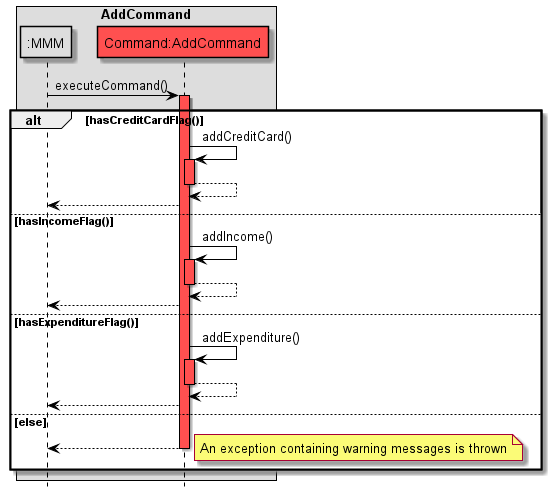
Before: docs/images/AddCommandSequenceDiagram.png, a diagram exported from PlantUML (nus-cs2113-AY2122S2/tp).
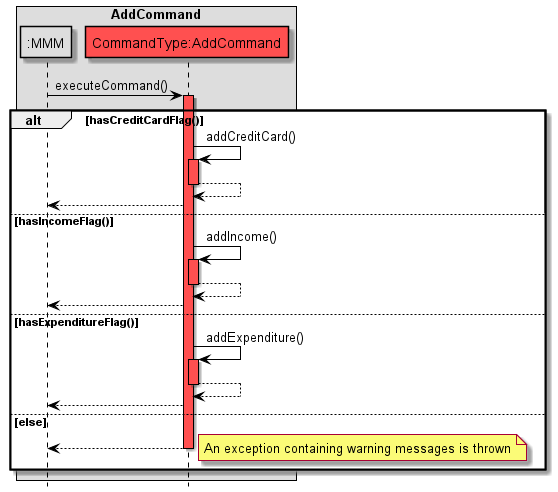
The same diagram one commit later.

Diff of the diagram source:
```diff
@@ -10,9 +10,16 @@
 
 box AddCommand
 participant ":MMM" as MMM MMM_COLOUR
-participant "Command:AddCommand" as AddCommand COMMANDS_COLOUR
+participant "CommandType:AddCommand" as AddCommand COMMANDS_COLOUR
 end box
 hide footbox
+
+skinparam sequence {
+ArrowColor black
+participantBorderColor black
+LifelineBorderColor black
+boxBorderColor black
+}
 
 MMM -> AddCommand: executeCommand()
 activate AddCommand COMMANDS_COLOUR
```
